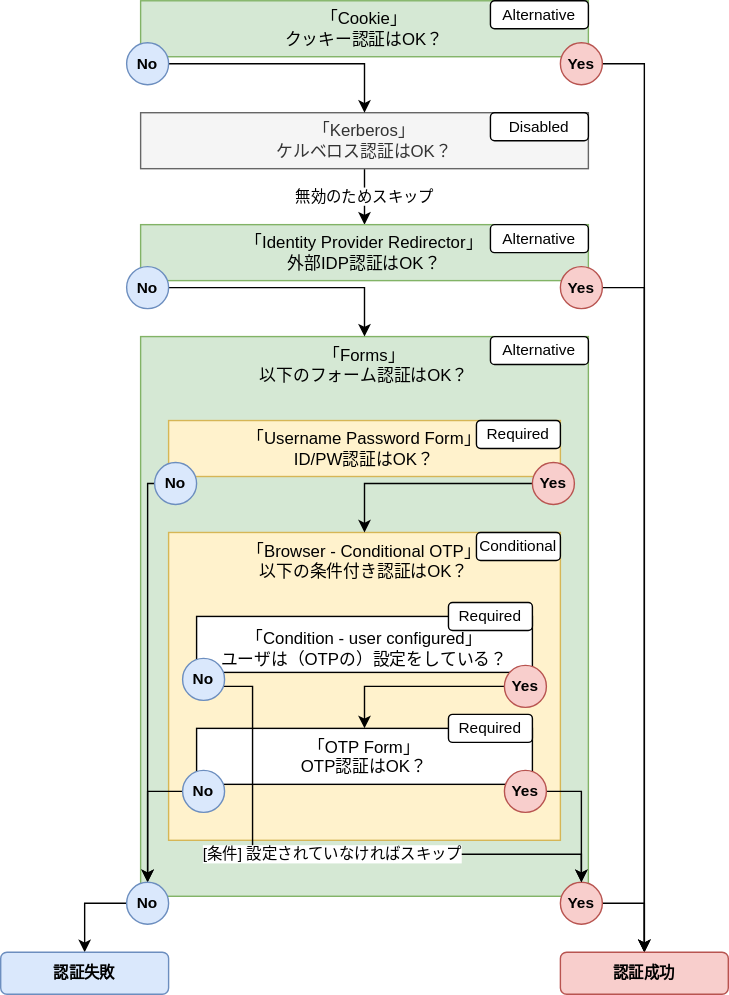
Above: source/Keycloak/4_Authentication/3.drawio.svg in noimasaki/noimemo (draw.io), before the change. Source tidied: cells renumbered, new cells last; positions are measured from the earlier drawing's top-left corner, leaving out a move shared by most shapes.
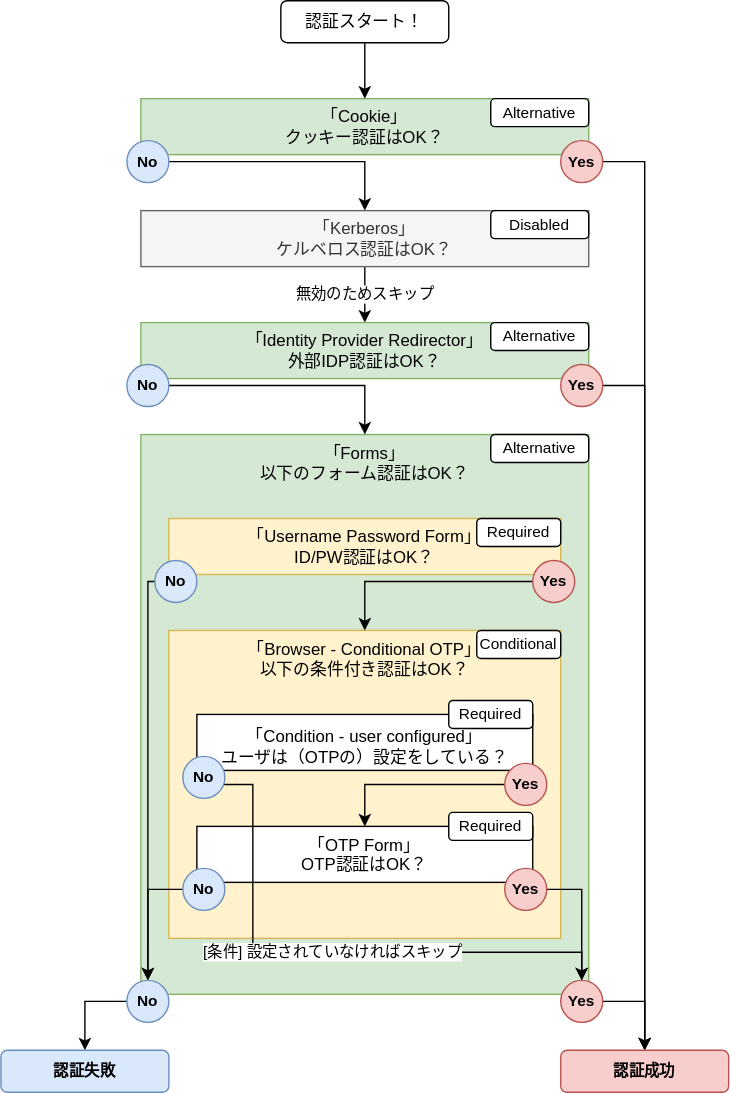
The same file after the commit.

Change to the diagram source:
```diff
@@ -169,5 +169,11 @@
     <mxCell id="44" value="認証失敗" style="rounded=1;whiteSpace=wrap;html=1;fontSize=11;fillColor=#dae8fc;strokeColor=#6c8ebf;fontStyle=1;" parent="1" vertex="1">
       <mxGeometry y="680" width="120" height="30" as="geometry" />
     </mxCell>
+    <mxCell id="45" style="edgeStyle=none;html=1;entryX=0.5;entryY=0;entryDx=0;entryDy=0;" parent="1" edge="1" source="46" target="2">
+      <mxGeometry relative="1" as="geometry" />
+    </mxCell>
+    <mxCell id="46" value="認証スタート！" style="rounded=1;whiteSpace=wrap;html=1;" parent="1" vertex="1">
+      <mxGeometry x="200" y="-70" width="120" height="30" as="geometry" />
+    </mxCell>
   </root>
 </mxGraphModel>
```
